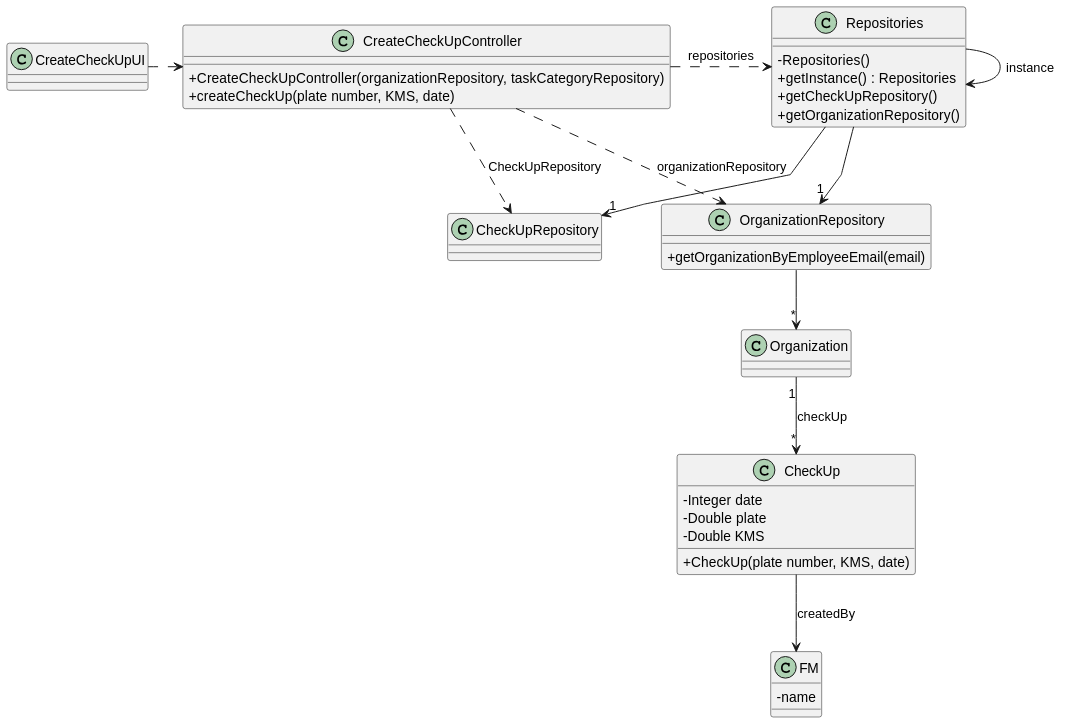
Above: docs/sprintA&B/us007/03.design/svg/us007-class-diagram.svg in daniel41silva05/ISEP_2023_2024_LAPR2 (PlantUML), before the change.
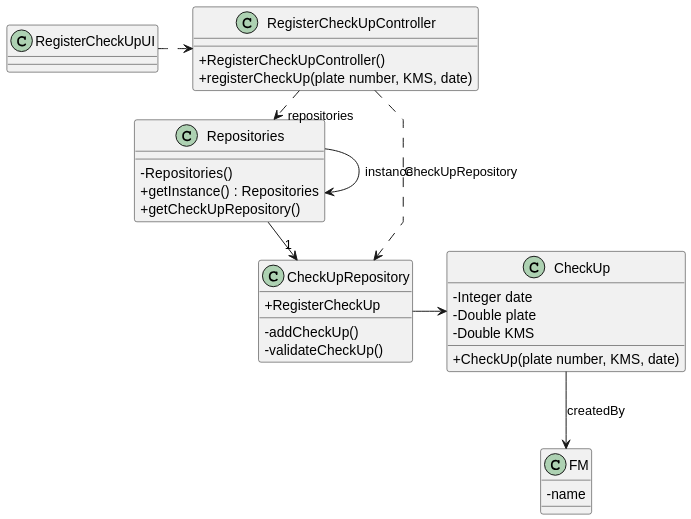
The same diagram one commit later.

The edit, as a diff of the source:
```diff
@@ -5,8 +5,12 @@
 
 skinparam classAttributeIconSize 0
 
+class CheckUpRepository{
+   -addCheckUp()
+   -validateCheckUp()
 
-
+   + RegisterCheckUp
+}
 
 class FM {
     - name
@@ -21,45 +25,30 @@
 }
 
 
-
-
-class OrganizationRepository {
-    + getOrganizationByEmployeeEmail(email)
-}
-
 class Repositories {
     - Repositories()
     + getInstance() : Repositories
     + getCheckUpRepository()
-    + getOrganizationRepository()
 }
 
-class CreateCheckUpController {
-    + CreateCheckUpController(organizationRepository, taskCategoryRepository)
-    + createCheckUp(plate number, KMS, date)
+class RegisterCheckUpController {
+    + RegisterCheckUpController()
+    + registerCheckUp(plate number, KMS, date)
 }
 
-
-
-class CreateCheckUpUI {
+class RegisterCheckUpUI {
 }
 
 Repositories -> Repositories : instance
 
-CreateCheckUpUI .> CreateCheckUpController
+RegisterCheckUpUI .> RegisterCheckUpController
 
-CreateCheckUpController .> Repositories : repositories
+RegisterCheckUpController .> Repositories : repositories
 
 Repositories -> "1" CheckUpRepository
 
-CreateCheckUpController ..> OrganizationRepository : organizationRepository
-CreateCheckUpController ..> CheckUpRepository : CheckUpRepository
+CheckUpRepository -> CheckUp
+RegisterCheckUpController ..> CheckUpRepository : CheckUpRepository
 
-Repositories --> "1" OrganizationRepository
-
-OrganizationRepository --> "*" Organization
-
-Organization "1" --> "*" CheckUp : checkUp
 CheckUp --> FM : createdBy
-
 @enduml
```
